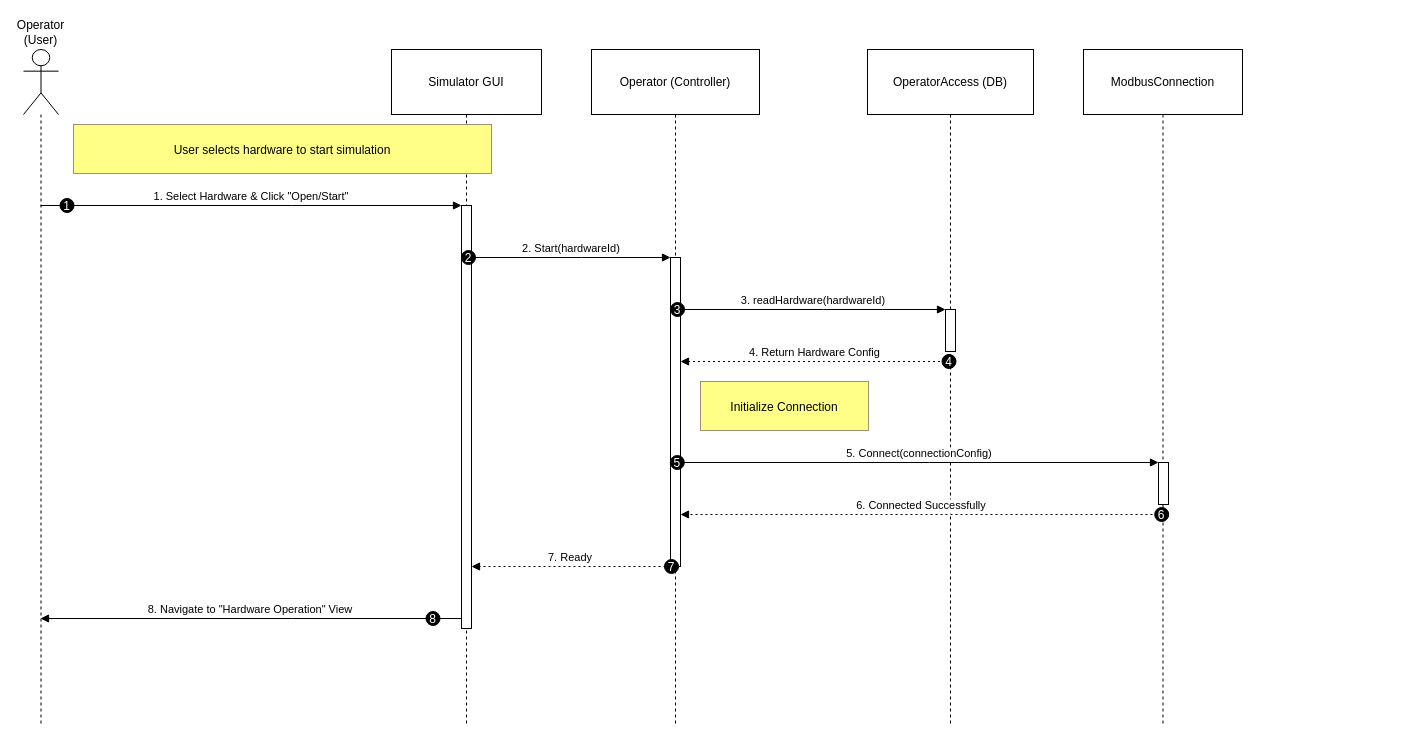
Earlier version of the draw.io diagram page "Page-1" (1 of 8) of Usecase1.drawio (EliyaMalka/Drawio). Source tidied: cells renumbered, new cells numbered last; positions are measured from the earlier drawing's top-left corner, leaving out a move shared by most shapes. Both pictures are drawn from the tidied source at 100%, with x=0, y=0 at pixel (23, 49).
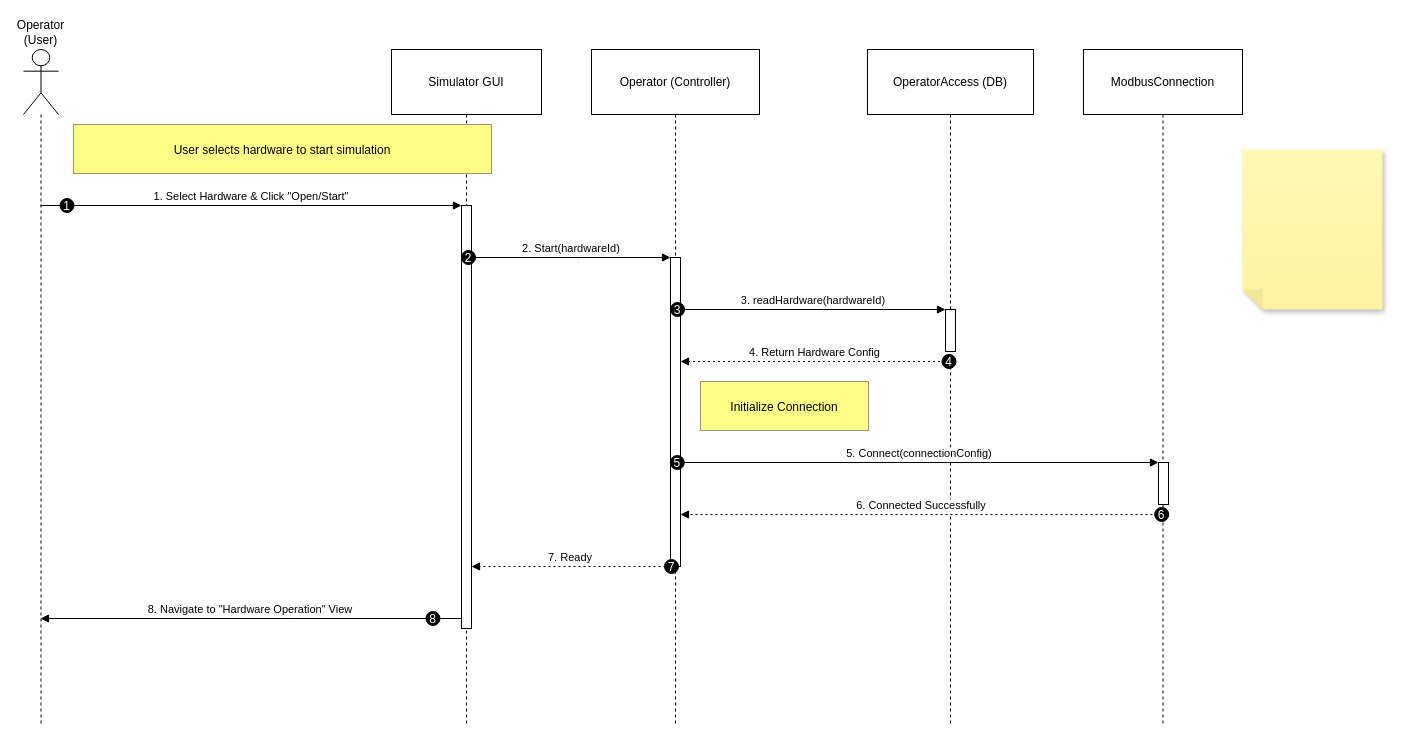
After the change.

The edit, as a diff of the source:
```diff
@@
+    <mxCell id="29" style="shape=note;whiteSpace=wrap;html=1;backgroundOutline=1;fontColor=#000000;darkOpacity=0.05;fillColor=#FFF9B2;strokeColor=none;fillStyle=solid;direction=west;gradientDirection=north;gradientColor=#FFF2A1;shadow=1;size=20;" parent="1" vertex="1">
+      <mxGeometry x="1219" y="100" width="140" height="160" as="geometry" />
+    </mxCell>
```
